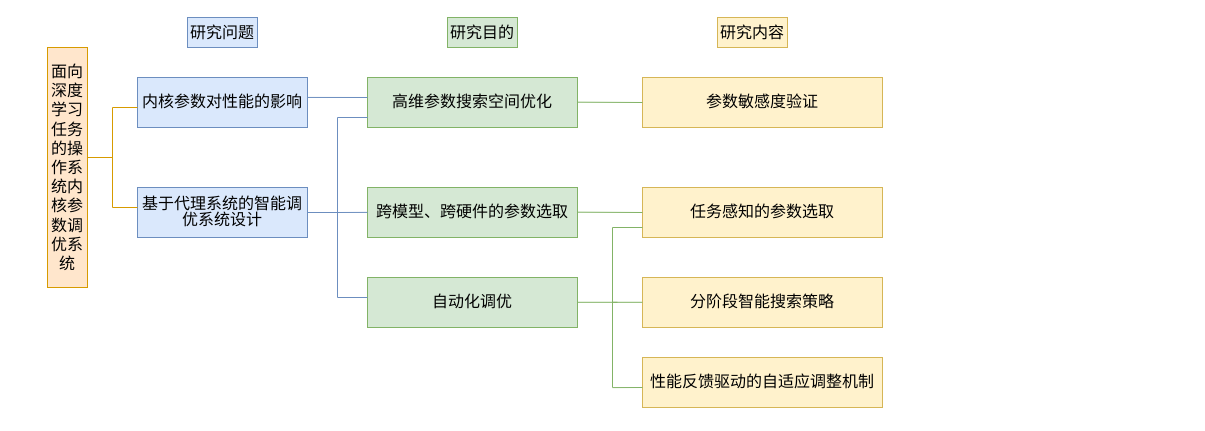
Before: 硕士论文1.drawio in DonCoyi/_pictures, a draw.io diagram. Source tidied: cells renumbered, new cells numbered last; positions are measured from the earlier drawing's top-left corner, leaving out a move shared by most shapes. Both pictures are drawn from the tidied source at 100%, with x=0, y=0 at pixel (47, 17).
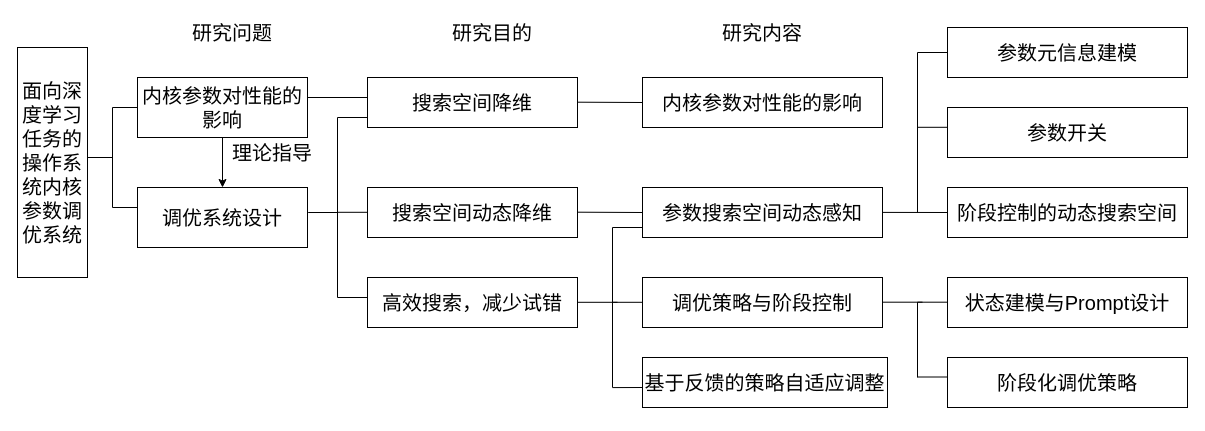
The same diagram, later.

Commit message:
更新硕士论文1.drawio

The edit, as a diff of the source:
```diff
@@
-    <mxCell id="2" value="&lt;p class=&quot;MsoNormal&quot; align=&quot;center&quot; style=&quot;text-indent: 0cm; line-height: 120%;&quot;&gt;&lt;font style=&quot;font-size: 16px;&quot;&gt;&lt;a name=&quot;_Toc162113345&quot;&gt;&lt;/a&gt;&lt;a name=&quot;_Toc162125558&quot;&gt;&lt;/a&gt;&lt;a name=&quot;_Toc162125782&quot;&gt;&lt;/a&gt;&lt;a name=&quot;_Toc162200578&quot;&gt;&lt;/a&gt;&lt;a name=&quot;_Toc162626720&quot;&gt;&lt;/a&gt;&lt;a name=&quot;_Toc162702312&quot;&gt;&lt;/a&gt;&lt;a name=&quot;_Toc162807064&quot;&gt;&lt;span style=&quot;line-height: 120%; font-family: 宋体;&quot;&gt;面向深度学习任务的操作系统内核参数调优系统&lt;/span&gt;&lt;/a&gt;&lt;/font&gt;&lt;b&gt;&lt;span lang=&quot;EN-US&quot; style=&quot;font-size:&amp;lt;br/&amp;gt;26.0pt;mso-bidi-font-size:12.0pt;line-height:120%&quot;&gt;&lt;/span&gt;&lt;/b&gt;&lt;/p&gt;" style="rounded=0;whiteSpace=wrap;html=1;fillColor=#ffe6cc;strokeColor=#d79b00;" parent="1" vertex="1">
-      <mxGeometry y="30" width="40" height="240" as="geometry" />
+    <mxCell id="2" value="&lt;p class=&quot;MsoNormal&quot; align=&quot;center&quot; style=&quot;text-indent: 0cm; line-height: 120%;&quot;&gt;&lt;font&gt;&lt;a name=&quot;_Toc162113345&quot;&gt;&lt;/a&gt;&lt;a name=&quot;_Toc162125558&quot;&gt;&lt;/a&gt;&lt;a name=&quot;_Toc162125782&quot;&gt;&lt;/a&gt;&lt;a name=&quot;_Toc162200578&quot;&gt;&lt;/a&gt;&lt;a name=&quot;_Toc162626720&quot;&gt;&lt;/a&gt;&lt;a name=&quot;_Toc162702312&quot;&gt;&lt;/a&gt;&lt;a name=&quot;_Toc162807064&quot;&gt;&lt;span style=&quot;line-height: 120%; font-family: 宋体;&quot;&gt;面向深度学习任务的操作系统内核参数调优系统&lt;/span&gt;&lt;/a&gt;&lt;/font&gt;&lt;b&gt;&lt;span lang=&quot;EN-US&quot; style=&quot;font-size:&amp;lt;br/&amp;gt;26.0pt;mso-bidi-font-size:12.0pt;line-height:120%&quot;&gt;&lt;/span&gt;&lt;/b&gt;&lt;/p&gt;" style="rounded=0;whiteSpace=wrap;html=1;fontSize=20;" parent="1" vertex="1">
+      <mxGeometry x="-30" y="30" width="70" height="230" as="geometry" />
     </mxCell>
-    <mxCell id="3" value="&lt;p class=&quot;MsoNormal&quot; align=&quot;center&quot; style=&quot;text-indent: 0cm; line-height: 120%;&quot;&gt;&lt;font face=&quot;宋体&quot;&gt;&lt;span style=&quot;font-size: 16px;&quot;&gt;内核参数对性能的影响&lt;/span&gt;&lt;/font&gt;&lt;/p&gt;" style="rounded=0;whiteSpace=wrap;html=1;fillColor=#dae8fc;strokeColor=#6c8ebf;" parent="1" vertex="1">
-      <mxGeometry x="90" y="60" width="170" height="50" as="geometry" />
+    <mxCell id="3" value="&lt;p class=&quot;MsoNormal&quot; align=&quot;center&quot; style=&quot;text-indent: 0cm; line-height: 120%;&quot;&gt;&lt;font face=&quot;宋体&quot;&gt;&lt;span&gt;内核参数对性能的影响&lt;/span&gt;&lt;/font&gt;&lt;/p&gt;" style="rounded=0;whiteSpace=wrap;html=1;fontSize=20;" parent="1" vertex="1">
+      <mxGeometry x="90" y="60" width="170" height="60" as="geometry" />
     </mxCell>
-    <mxCell id="4" value="&lt;p class=&quot;MsoNormal&quot; align=&quot;center&quot; style=&quot;text-indent: 0cm; line-height: 120%;&quot;&gt;&lt;font face=&quot;宋体&quot;&gt;&lt;span style=&quot;font-size: 16px;&quot;&gt;基于代理系统的智能调优系统设计&lt;/span&gt;&lt;/font&gt;&lt;/p&gt;" style="rounded=0;whiteSpace=wrap;html=1;fillColor=#dae8fc;strokeColor=#6c8ebf;" parent="1" vertex="1">
-      <mxGeometry x="90" y="170" width="170" height="50" as="geometry" />
+    <mxCell id="4" value="&lt;p class=&quot;MsoNormal&quot; align=&quot;center&quot; style=&quot;text-indent: 0cm; line-height: 120%;&quot;&gt;&lt;font face=&quot;宋体&quot;&gt;&lt;span&gt;调优系统设计&lt;/span&gt;&lt;/font&gt;&lt;/p&gt;" style="rounded=0;whiteSpace=wrap;html=1;fontSize=20;" parent="1" vertex="1">
+      <mxGeometry x="90" y="170" width="170" height="60" as="geometry" />
     </mxCell>
-    <mxCell id="5" value="&lt;font style=&quot;font-size: 16px;&quot; face=&quot;宋体&quot;&gt;研究问题&lt;/font&gt;" style="text;html=1;whiteSpace=wrap;strokeColor=#6c8ebf;fillColor=#dae8fc;align=center;verticalAlign=middle;rounded=0;" parent="1" vertex="1">
-      <mxGeometry x="140" width="70" height="30" as="geometry" />
+    <mxCell id="5" value="&lt;font face=&quot;宋体&quot;&gt;研究问题&lt;/font&gt;" style="text;html=1;whiteSpace=wrap;align=center;verticalAlign=middle;rounded=0;fontSize=20;" parent="1" vertex="1">
+      <mxGeometry x="140" width="90" height="30" as="geometry" />
     </mxCell>
-    <mxCell id="6" value="&lt;span style=&quot;font-size: 16px;&quot;&gt;&lt;font face=&quot;宋体&quot;&gt;研究目的&lt;/font&gt;&lt;/span&gt;" style="text;html=1;whiteSpace=wrap;strokeColor=#82b366;fillColor=#d5e8d4;align=center;verticalAlign=middle;rounded=0;" parent="1" vertex="1">
-      <mxGeometry x="400" width="70" height="30" as="geometry" />
+    <mxCell id="6" value="&lt;span&gt;&lt;font face=&quot;宋体&quot;&gt;研究目的&lt;/font&gt;&lt;/span&gt;" style="text;html=1;whiteSpace=wrap;align=center;verticalAlign=middle;rounded=0;fontSize=20;" parent="1" vertex="1">
+      <mxGeometry x="400" width="90" height="30" as="geometry" />
     </mxCell>
-    <mxCell id="7" value="&lt;span style=&quot;font-size: 16px;&quot;&gt;&lt;font face=&quot;宋体&quot;&gt;研究内容&lt;/font&gt;&lt;/span&gt;" style="text;html=1;whiteSpace=wrap;strokeColor=#d6b656;fillColor=#fff2cc;align=center;verticalAlign=middle;rounded=0;" parent="1" vertex="1">
-      <mxGeometry x="670" width="70" height="30" as="geometry" />
+    <mxCell id="7" value="&lt;span&gt;&lt;font face=&quot;宋体&quot;&gt;研究内容&lt;/font&gt;&lt;/span&gt;" style="text;html=1;whiteSpace=wrap;align=center;verticalAlign=middle;rounded=0;fontSize=20;" parent="1" vertex="1">
+      <mxGeometry x="670" width="90" height="30" as="geometry" />
     </mxCell>
-    <mxCell id="8" value="&lt;p class=&quot;MsoNormal&quot; align=&quot;center&quot; style=&quot;text-indent: 0cm; line-height: 120%;&quot;&gt;&lt;font face=&quot;宋体&quot;&gt;&lt;span style=&quot;font-size: 16px;&quot;&gt;高维参数搜索空间优化&lt;/span&gt;&lt;/font&gt;&lt;/p&gt;" style="rounded=0;whiteSpace=wrap;html=1;fillColor=#d5e8d4;strokeColor=#82b366;" parent="1" vertex="1">
+    <mxCell id="8" value="&lt;p class=&quot;MsoNormal&quot; align=&quot;center&quot; style=&quot;text-indent: 0cm; line-height: 120%;&quot;&gt;&lt;font face=&quot;宋体&quot;&gt;&lt;span&gt;搜索空间降维&lt;/span&gt;&lt;/font&gt;&lt;/p&gt;" style="rounded=0;whiteSpace=wrap;html=1;fontSize=20;" parent="1" vertex="1">
       <mxGeometry x="320" y="60" width="210" height="50" as="geometry" />
     </mxCell>
-    <mxCell id="9" value="&lt;p class=&quot;MsoNormal&quot; align=&quot;center&quot; style=&quot;text-indent: 0cm; line-height: 120%;&quot;&gt;&lt;font face=&quot;宋体&quot;&gt;&lt;span style=&quot;font-size: 16px;&quot;&gt;参数敏感度验证&lt;/span&gt;&lt;/font&gt;&lt;/p&gt;" style="rounded=0;whiteSpace=wrap;html=1;fillColor=#fff2cc;strokeColor=#d6b656;" parent="1" vertex="1">
+    <mxCell id="9" value="&lt;p class=&quot;MsoNormal&quot; align=&quot;center&quot; style=&quot;text-indent: 0cm; line-height: 120%;&quot;&gt;&lt;font face=&quot;宋体&quot;&gt;&lt;span&gt;内核参数对性能的影响&lt;/span&gt;&lt;/font&gt;&lt;/p&gt;" style="rounded=0;whiteSpace=wrap;html=1;fontSize=20;" parent="1" vertex="1">
       <mxGeometry x="595" y="60" width="240" height="50" as="geometry" />
     </mxCell>
-    <mxCell id="10" value="&lt;p class=&quot;MsoNormal&quot; align=&quot;center&quot; style=&quot;text-indent: 0cm; line-height: 120%;&quot;&gt;&lt;font face=&quot;宋体&quot;&gt;&lt;span style=&quot;font-size: 16px;&quot;&gt;自动化调优&lt;/span&gt;&lt;/font&gt;&lt;/p&gt;" style="rounded=0;whiteSpace=wrap;html=1;fillColor=#d5e8d4;strokeColor=#82b366;" parent="1" vertex="1">
+    <mxCell id="10" value="&lt;p class=&quot;MsoNormal&quot; align=&quot;center&quot; style=&quot;text-indent: 0cm; line-height: 120%;&quot;&gt;&lt;font face=&quot;宋体&quot;&gt;&lt;span&gt;高效搜索，减少试错&lt;/span&gt;&lt;/font&gt;&lt;/p&gt;" style="rounded=0;whiteSpace=wrap;html=1;fontSize=20;" parent="1" vertex="1">
       <mxGeometry x="320" y="260" width="210" height="50" as="geometry" />
     </mxCell>
-    <mxCell id="11" value="&lt;p class=&quot;MsoNormal&quot; align=&quot;center&quot; style=&quot;text-indent: 0cm; line-height: 120%;&quot;&gt;&lt;font face=&quot;宋体&quot;&gt;&lt;span style=&quot;font-size: 16px;&quot;&gt;分阶段智能搜索策略&lt;/span&gt;&lt;/font&gt;&lt;/p&gt;" style="rounded=0;whiteSpace=wrap;html=1;fillColor=#fff2cc;strokeColor=#d6b656;" parent="1" vertex="1">
+    <mxCell id="11" value="&lt;p class=&quot;MsoNormal&quot; align=&quot;center&quot; style=&quot;text-indent: 0cm; line-height: 120%;&quot;&gt;&lt;font face=&quot;宋体&quot;&gt;&lt;span&gt;调优策略与阶段控制&lt;/span&gt;&lt;/font&gt;&lt;/p&gt;" style="rounded=0;whiteSpace=wrap;html=1;fontSize=20;" parent="1" vertex="1">
       <mxGeometry x="595" y="260" width="240" height="50" as="geometry" />
     </mxCell>
-    <mxCell id="12" value="&lt;p class=&quot;MsoNormal&quot; align=&quot;center&quot; style=&quot;text-indent: 0cm; line-height: 120%;&quot;&gt;&lt;font face=&quot;宋体&quot;&gt;&lt;span style=&quot;font-size: 16px;&quot;&gt;性能反馈驱动的自适应调整机制&lt;/span&gt;&lt;/font&gt;&lt;/p&gt;" style="rounded=0;whiteSpace=wrap;html=1;fillColor=#fff2cc;strokeColor=#d6b656;" parent="1" vertex="1">
-      <mxGeometry x="595" y="340" width="240" height="50" as="geometry" />
+    <mxCell id="12" value="&lt;p class=&quot;MsoNormal&quot; align=&quot;center&quot; style=&quot;text-indent: 0cm; line-height: 120%;&quot;&gt;&lt;font face=&quot;宋体&quot;&gt;&lt;span&gt;基于反馈的策略自适应调整&lt;/span&gt;&lt;/font&gt;&lt;/p&gt;" style="rounded=0;whiteSpace=wrap;html=1;fontSize=20;" parent="1" vertex="1">
+      <mxGeometry x="595" y="340" width="245" height="50" as="geometry" />
     </mxCell>
-    <mxCell id="13" value="&lt;p class=&quot;MsoNormal&quot; align=&quot;center&quot; style=&quot;text-indent: 0cm; line-height: 120%;&quot;&gt;&lt;font face=&quot;宋体&quot;&gt;&lt;span style=&quot;font-size: 16px;&quot;&gt;任务感知的参数选取&lt;/span&gt;&lt;/font&gt;&lt;/p&gt;" style="rounded=0;whiteSpace=wrap;html=1;fillColor=#fff2cc;strokeColor=#d6b656;" parent="1" vertex="1">
+    <mxCell id="13" value="&lt;p class=&quot;MsoNormal&quot; align=&quot;center&quot; style=&quot;text-indent: 0cm; line-height: 120%;&quot;&gt;&lt;font face=&quot;宋体&quot;&gt;&lt;span&gt;参数搜索空间动态感知&lt;/span&gt;&lt;/font&gt;&lt;/p&gt;" style="rounded=0;whiteSpace=wrap;html=1;fontSize=20;" parent="1" vertex="1">
       <mxGeometry x="595" y="170" width="240" height="50" as="geometry" />
     </mxCell>
-    <mxCell id="14" value="&lt;p class=&quot;MsoNormal&quot; align=&quot;center&quot; style=&quot;text-indent: 0cm; line-height: 120%;&quot;&gt;&lt;font face=&quot;宋体&quot;&gt;&lt;span style=&quot;font-size: 16px;&quot;&gt;跨模型、跨硬件的参数选取&lt;/span&gt;&lt;/font&gt;&lt;/p&gt;" style="rounded=0;whiteSpace=wrap;html=1;fillColor=#d5e8d4;strokeColor=#82b366;" parent="1" vertex="1">
-      <mxGeometry x="320" y="170" width="210" height="50" as="geometry" />
-    </mxCell>
-    <mxCell id="15" style="strokeWidth=1;html=1;shape=mxgraph.flowchart.annotation_2;align=left;labelPosition=right;fillColor=#ffe6cc;strokeColor=#d79b00;" parent="1" vertex="1">
+    <mxCell id="15" style="strokeWidth=1;html=1;shape=mxgraph.flowchart.annotation_2;align=left;labelPosition=right;fontSize=20;" parent="1" vertex="1">
       <mxGeometry x="40" y="90" width="50" height="100" as="geometry" />
     </mxCell>
-    <mxCell id="16" style="endArrow=none;html=1;rounded=0;exitX=1.002;exitY=0.399;exitDx=0;exitDy=0;exitPerimeter=0;fillColor=#dae8fc;strokeColor=#6c8ebf;" parent="1" edge="1" source="3">
+    <mxCell id="16" style="endArrow=none;html=1;rounded=0;fontSize=20;" parent="1" edge="1">
       <mxGeometry relative="1" as="geometry">
+        <mxPoint x="260" y="80" as="sourcePoint" />
         <mxPoint x="320" y="80" as="targetPoint" />
       </mxGeometry>
     </mxCell>
-    <mxCell id="17" style="endArrow=none;html=1;rounded=0;exitX=1.002;exitY=0.399;exitDx=0;exitDy=0;exitPerimeter=0;fillColor=#d5e8d4;strokeColor=#82b366;entryX=0;entryY=0.5;entryDx=0;entryDy=0;" parent="1" edge="1" target="9">
+    <mxCell id="17" style="endArrow=none;html=1;rounded=0;exitX=1.002;exitY=0.399;exitDx=0;exitDy=0;exitPerimeter=0;entryX=0;entryY=0.5;entryDx=0;entryDy=0;fontSize=20;" parent="1" edge="1" target="9">
       <mxGeometry relative="1" as="geometry">
         <mxPoint x="530" y="84.7" as="sourcePoint" />
       </mxGeometry>
     </mxCell>
-    <mxCell id="18" style="endArrow=none;html=1;rounded=0;exitX=1.002;exitY=0.399;exitDx=0;exitDy=0;exitPerimeter=0;fillColor=#d5e8d4;strokeColor=#82b366;entryX=0;entryY=0.5;entryDx=0;entryDy=0;" parent="1" edge="1">
+    <mxCell id="18" style="endArrow=none;html=1;rounded=0;exitX=1.002;exitY=0.399;exitDx=0;exitDy=0;exitPerimeter=0;entryX=0;entryY=0.5;entryDx=0;entryDy=0;fontSize=20;" parent="1" edge="1">
       <mxGeometry relative="1" as="geometry">
         <mxPoint x="530" y="194.7" as="sourcePoint" />
         <mxPoint x="595" y="195" as="targetPoint" />
       </mxGeometry>
     </mxCell>
-    <mxCell id="19" style="endArrow=none;html=1;rounded=0;exitX=1;exitY=0.5;exitDx=0;exitDy=0;fillColor=#dae8fc;strokeColor=#6c8ebf;" parent="1" edge="1" source="4">
+    <mxCell id="19" style="endArrow=none;html=1;rounded=0;exitX=1.004;exitY=0.417;exitDx=0;exitDy=0;fontSize=20;exitPerimeter=0;" parent="1" edge="1" source="4">
       <mxGeometry relative="1" as="geometry">
         <mxPoint x="290" y="195" as="targetPoint" />
       </mxGeometry>
     </mxCell>
-    <mxCell id="20" style="endArrow=none;html=1;rounded=0;fillColor=#dae8fc;strokeColor=#6c8ebf;" parent="1" edge="1">
-      <mxGeometry relative="1" as="geometry">
-        <mxPoint x="290" y="195" as="sourcePoint" />
-        <mxPoint x="320" y="194.9" as="targetPoint" />
-      </mxGeometry>
-    </mxCell>
-    <mxCell id="21" style="endArrow=none;html=1;rounded=0;fillColor=#dae8fc;strokeColor=#6c8ebf;" parent="1" edge="1">
+    <mxCell id="21" style="endArrow=none;html=1;rounded=0;fontSize=20;" parent="1" edge="1">
       <mxGeometry relative="1" as="geometry">
         <mxPoint x="290" y="280" as="sourcePoint" />
         <mxPoint x="320" y="280" as="targetPoint" />
       </mxGeometry>
     </mxCell>
-    <mxCell id="22" style="endArrow=none;html=1;rounded=0;exitX=1;exitY=0.5;exitDx=0;exitDy=0;fillColor=#dae8fc;strokeColor=#6c8ebf;" parent="1" edge="1">
+    <mxCell id="22" style="endArrow=none;html=1;rounded=0;exitX=1;exitY=0.5;exitDx=0;exitDy=0;fontSize=20;" parent="1" edge="1">
       <mxGeometry relative="1" as="geometry">
         <mxPoint x="300" y="100" as="sourcePoint" />
         <mxPoint x="320" y="100" as="targetPoint" />
       </mxGeometry>
     </mxCell>
-    <mxCell id="23" style="endArrow=none;html=1;rounded=0;fillColor=#dae8fc;strokeColor=#6c8ebf;" parent="1" edge="1">
+    <mxCell id="23" style="endArrow=none;html=1;rounded=0;fontSize=20;" parent="1" edge="1">
       <mxGeometry relative="1" as="geometry">
-        <mxPoint x="290" y="100" as="sourcePoint" />
-        <mxPoint x="320" y="100" as="targetPoint" />
+        <mxPoint x="290" y="194.8" as="sourcePoint" />
+        <mxPoint x="320" y="194.8" as="targetPoint" />
       </mxGeometry>
     </mxCell>
-    <mxCell id="24" style="endArrow=none;html=1;rounded=0;fillColor=#dae8fc;strokeColor=#6c8ebf;" parent="1" edge="1">
+    <mxCell id="24" style="endArrow=none;html=1;rounded=0;fontSize=20;" parent="1" edge="1">
       <mxGeometry relative="1" as="geometry">
         <mxPoint x="290" y="100" as="sourcePoint" />
         <mxPoint x="290" y="280" as="targetPoint" />
       </mxGeometry>
     </mxCell>
-    <mxCell id="25" style="endArrow=none;html=1;rounded=0;exitX=1;exitY=0.5;exitDx=0;exitDy=0;fillColor=#d5e8d4;strokeColor=#82b366;" parent="1" edge="1">
+    <mxCell id="25" style="endArrow=none;html=1;rounded=0;exitX=1;exitY=0.5;exitDx=0;exitDy=0;fontSize=20;" parent="1" edge="1">
       <mxGeometry relative="1" as="geometry">
         <mxPoint x="530" y="284.8" as="sourcePoint" />
         <mxPoint x="570" y="284.8" as="targetPoint" />
         <Array as="points">
           <mxPoint x="530" y="284.8" />
         </Array>
       </mxGeometry>
     </mxCell>
-    <mxCell id="26" style="endArrow=none;html=1;rounded=0;fillColor=#d5e8d4;strokeColor=#82b366;" parent="1" edge="1">
+    <mxCell id="26" style="endArrow=none;html=1;rounded=0;fontSize=20;" parent="1" edge="1">
       <mxGeometry relative="1" as="geometry">
         <mxPoint x="565" y="370.1" as="sourcePoint" />
         <mxPoint x="595" y="370" as="targetPoint" />
       </mxGeometry>
     </mxCell>
-    <mxCell id="27" style="endArrow=none;html=1;rounded=0;fillColor=#d5e8d4;strokeColor=#82b366;" parent="1" edge="1">
+    <mxCell id="27" style="endArrow=none;html=1;rounded=0;fontSize=20;" parent="1" edge="1">
       <mxGeometry relative="1" as="geometry">
         <mxPoint x="565" y="210" as="sourcePoint" />
         <mxPoint x="595" y="210" as="targetPoint" />
       </mxGeometry>
     </mxCell>
-    <mxCell id="28" style="endArrow=none;html=1;rounded=0;fillColor=#d5e8d4;strokeColor=#82b366;" parent="1" edge="1">
+    <mxCell id="28" style="endArrow=none;html=1;rounded=0;fontSize=20;" parent="1" edge="1">
       <mxGeometry relative="1" as="geometry">
         <mxPoint x="565" y="284.8" as="sourcePoint" />
         <mxPoint x="595" y="284.8" as="targetPoint" />
       </mxGeometry>
     </mxCell>
-    <mxCell id="29" style="endArrow=none;html=1;rounded=0;fillColor=#d5e8d4;strokeColor=#82b366;" parent="1" edge="1">
+    <mxCell id="29" style="endArrow=none;html=1;rounded=0;fontSize=20;" parent="1" edge="1">
       <mxGeometry relative="1" as="geometry">
         <mxPoint x="565" y="210" as="sourcePoint" />
         <mxPoint x="565" y="370" as="targetPoint" />
       </mxGeometry>
     </mxCell>
+    <mxCell id="30" style="endArrow=classic;html=1;rounded=0;exitX=0.5;exitY=1;exitDx=0;exitDy=0;entryX=0.5;entryY=0;entryDx=0;entryDy=0;fontSize=20;" parent="1" edge="1" source="3" target="4">
+      <mxGeometry relative="1" as="geometry" />
+    </mxCell>
+    <mxCell id="31" value="&lt;font face=&quot;宋体&quot;&gt;理论指导&lt;/font&gt;" style="text;html=1;whiteSpace=wrap;align=center;verticalAlign=middle;rounded=0;fontSize=20;" parent="1" vertex="1">
+      <mxGeometry x="180" y="120" width="90" height="30" as="geometry" />
+    </mxCell>
+    <mxCell id="32" value="&lt;p class=&quot;MsoNormal&quot; align=&quot;center&quot; style=&quot;text-indent: 0cm; line-height: 120%;&quot;&gt;&lt;font face=&quot;宋体&quot;&gt;&lt;span&gt;搜索空间动态降维&lt;/span&gt;&lt;/font&gt;&lt;/p&gt;" style="rounded=0;whiteSpace=wrap;html=1;fontSize=20;" parent="1" vertex="1">
+      <mxGeometry x="320" y="170" width="210" height="50" as="geometry" />
+    </mxCell>
+    <mxCell id="33" style="endArrow=none;html=1;rounded=0;fontSize=20;" parent="1" edge="1">
+      <mxGeometry relative="1" as="geometry">
+        <mxPoint x="290" y="100" as="sourcePoint" />
+        <mxPoint x="320" y="100" as="targetPoint" />
+      </mxGeometry>
+    </mxCell>
+    <mxCell id="34" style="endArrow=none;html=1;rounded=0;exitX=1;exitY=0.5;exitDx=0;exitDy=0;fontSize=20;" parent="1" edge="1">
+      <mxGeometry relative="1" as="geometry">
+        <mxPoint x="835" y="194.9" as="sourcePoint" />
+        <mxPoint x="900" y="195" as="targetPoint" />
+        <Array as="points">
+          <mxPoint x="835" y="194.9" />
+        </Array>
+      </mxGeometry>
+    </mxCell>
+    <mxCell id="35" style="endArrow=none;html=1;rounded=0;fontSize=20;" parent="1" edge="1">
+      <mxGeometry relative="1" as="geometry">
+        <mxPoint x="870" y="35" as="sourcePoint" />
+        <mxPoint x="900" y="35" as="targetPoint" />
+      </mxGeometry>
+    </mxCell>
+    <mxCell id="36" style="endArrow=none;html=1;rounded=0;fontSize=20;" parent="1" edge="1">
+      <mxGeometry relative="1" as="geometry">
+        <mxPoint x="870" y="109.8" as="sourcePoint" />
+        <mxPoint x="900" y="109.8" as="targetPoint" />
+      </mxGeometry>
+    </mxCell>
+    <mxCell id="37" style="endArrow=none;html=1;rounded=0;fontSize=20;" parent="1" edge="1">
+      <mxGeometry relative="1" as="geometry">
+        <mxPoint x="870" y="35" as="sourcePoint" />
+        <mxPoint x="870" y="195" as="targetPoint" />
+      </mxGeometry>
+    </mxCell>
+    <mxCell id="38" style="endArrow=none;html=1;rounded=0;fontSize=20;" parent="1" edge="1">
+      <mxGeometry relative="1" as="geometry">
+        <mxPoint x="870" y="284.7" as="sourcePoint" />
+        <mxPoint x="900" y="284.7" as="targetPoint" />
+      </mxGeometry>
+    </mxCell>
+    <mxCell id="39" style="endArrow=none;html=1;rounded=0;fontSize=20;" parent="1" edge="1">
+      <mxGeometry relative="1" as="geometry">
+        <mxPoint x="870" y="359.5" as="sourcePoint" />
+        <mxPoint x="900" y="359.5" as="targetPoint" />
+      </mxGeometry>
+    </mxCell>
+    <mxCell id="40" style="endArrow=none;html=1;rounded=0;fontSize=20;" parent="1" edge="1">
+      <mxGeometry relative="1" as="geometry">
+        <mxPoint x="870" y="284.7" as="sourcePoint" />
+        <mxPoint x="870" y="360" as="targetPoint" />
+      </mxGeometry>
+    </mxCell>
+    <mxCell id="41" style="endArrow=none;html=1;rounded=0;exitX=1;exitY=0.5;exitDx=0;exitDy=0;fontSize=20;" parent="1" edge="1">
+      <mxGeometry relative="1" as="geometry">
+        <mxPoint x="835" y="284.7" as="sourcePoint" />
+        <mxPoint x="875" y="284.7" as="targetPoint" />
+        <Array as="points">
+          <mxPoint x="835" y="284.7" />
+        </Array>
+      </mxGeometry>
+    </mxCell>
+    <mxCell id="42" value="&lt;p class=&quot;MsoNormal&quot; align=&quot;center&quot; style=&quot;text-indent: 0cm; line-height: 120%;&quot;&gt;&lt;font face=&quot;宋体&quot;&gt;&lt;span&gt;参数元信息建模&lt;/span&gt;&lt;/font&gt;&lt;/p&gt;" style="rounded=0;whiteSpace=wrap;html=1;fontSize=20;" parent="1" vertex="1">
+      <mxGeometry x="900" y="10" width="240" height="50" as="geometry" />
+    </mxCell>
+    <mxCell id="43" value="&lt;p class=&quot;MsoNormal&quot; align=&quot;center&quot; style=&quot;text-indent: 0cm; line-height: 120%;&quot;&gt;&lt;font face=&quot;宋体&quot;&gt;&lt;span&gt;参数开关&lt;/span&gt;&lt;/font&gt;&lt;/p&gt;" style="rounded=0;whiteSpace=wrap;html=1;fontSize=20;" parent="1" vertex="1">
+      <mxGeometry x="900" y="90" width="240" height="50" as="geometry" />
+    </mxCell>
+    <mxCell id="44" value="&lt;p class=&quot;MsoNormal&quot; align=&quot;center&quot; style=&quot;text-indent: 0cm; line-height: 120%;&quot;&gt;&lt;font face=&quot;宋体&quot;&gt;&lt;span&gt;阶段控制的动态搜索空间&lt;/span&gt;&lt;/font&gt;&lt;/p&gt;" style="rounded=0;whiteSpace=wrap;html=1;fontSize=20;" parent="1" vertex="1">
+      <mxGeometry x="900" y="170" width="240" height="50" as="geometry" />
+    </mxCell>
+    <mxCell id="45" value="&lt;p class=&quot;MsoNormal&quot; align=&quot;center&quot; style=&quot;text-indent: 0cm; line-height: 120%;&quot;&gt;&lt;font face=&quot;宋体&quot;&gt;&lt;span&gt;状态建模与Prompt设计&lt;/span&gt;&lt;/font&gt;&lt;/p&gt;" style="rounded=0;whiteSpace=wrap;html=1;fontSize=20;" parent="1" vertex="1">
+      <mxGeometry x="900" y="260" width="240" height="50" as="geometry" />
+    </mxCell>
+    <mxCell id="46" value="&lt;p class=&quot;MsoNormal&quot; align=&quot;center&quot; style=&quot;text-indent: 0cm; line-height: 120%;&quot;&gt;&lt;font face=&quot;宋体&quot;&gt;&lt;span&gt;阶段化调优策略&lt;/span&gt;&lt;/font&gt;&lt;/p&gt;" style="rounded=0;whiteSpace=wrap;html=1;fontSize=20;" parent="1" vertex="1">
+      <mxGeometry x="900" y="340" width="240" height="50" as="geometry" />
+    </mxCell>
```
